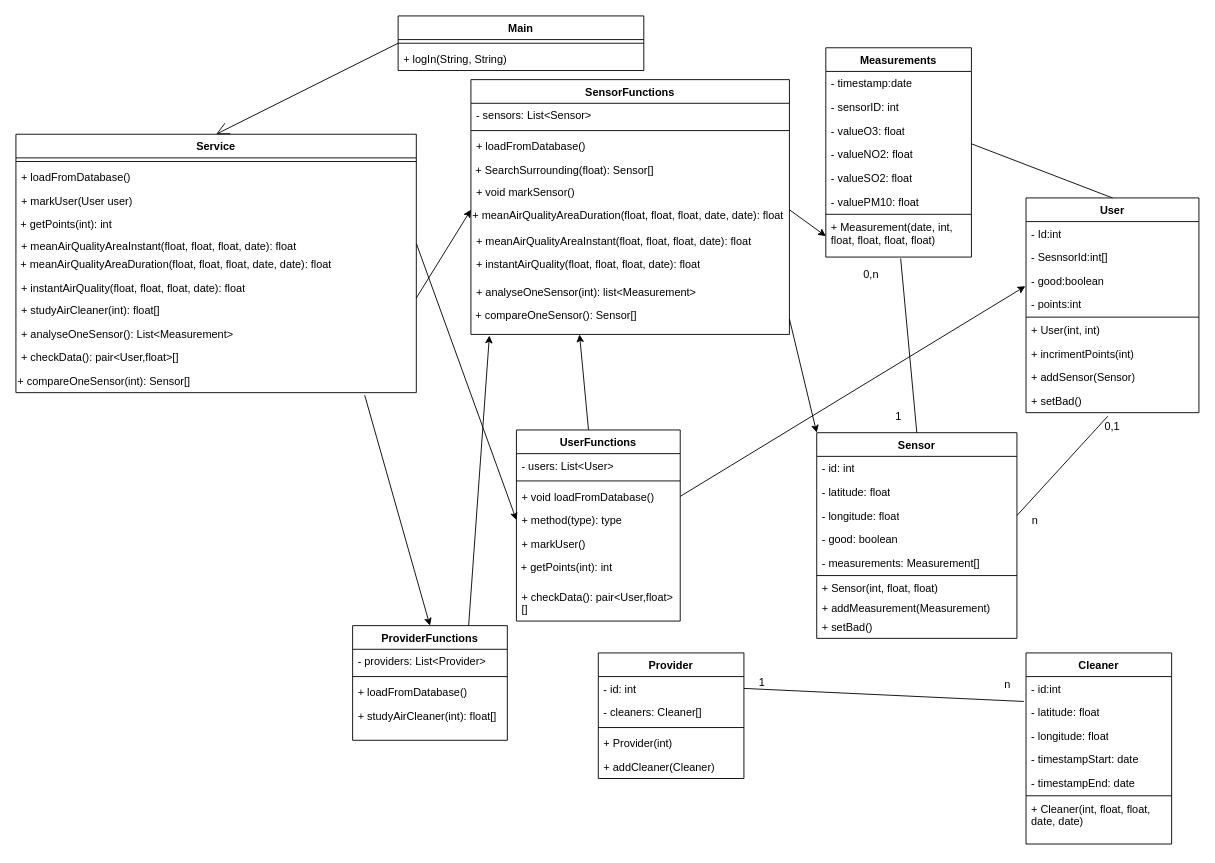
Above: Class Diagram.drawio in jimmywengzj/GL-TP (draw.io), before the change. Source tidied: cells renumbered, new cells numbered last; positions are measured from the earlier drawing's top-left corner, leaving out a move shared by most shapes. Both pictures are drawn from the tidied source at 91%, with x=0, y=0 at pixel (15, 15).
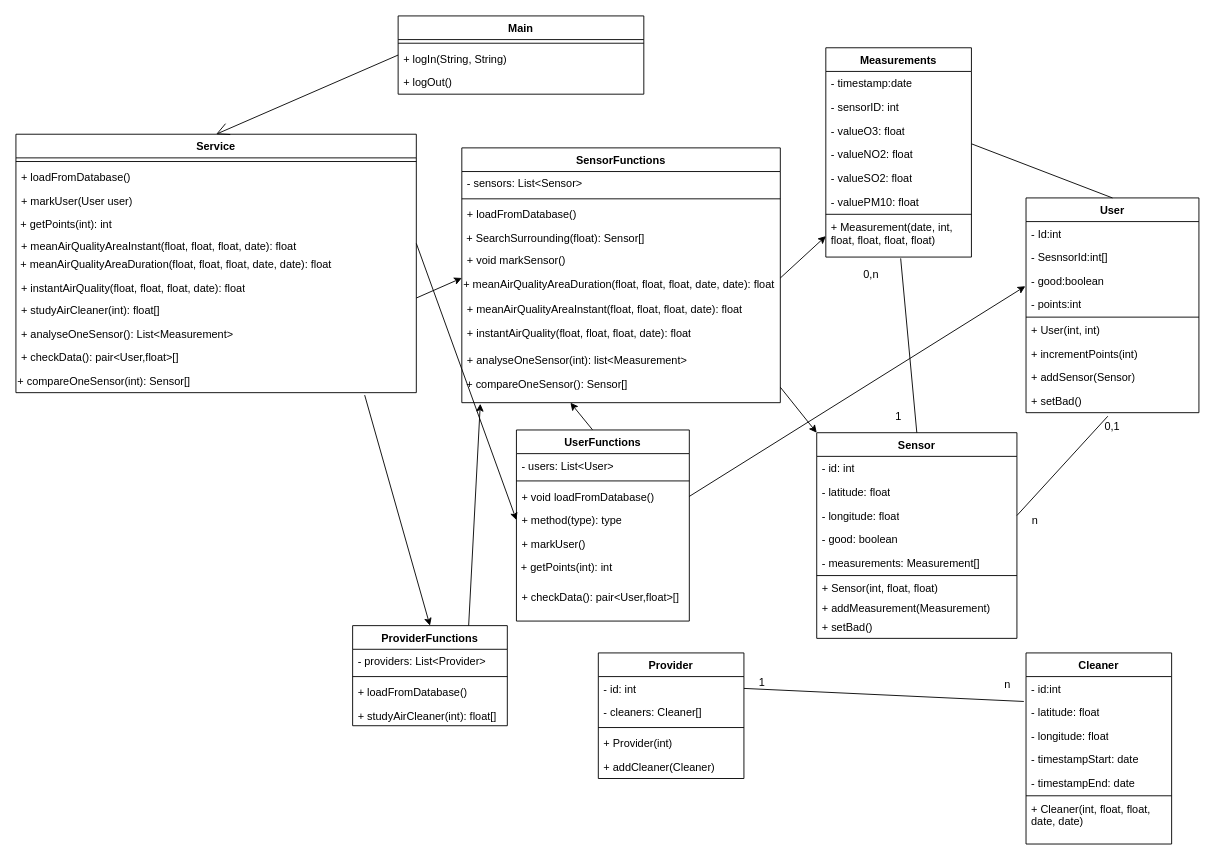
The same diagram, later.

Commit message:
Resolving differences between class diagrams versions

Unchanged cells that the change refers to:
```xml
<mxCell id="36" value="User" style="swimlane;fontStyle=1;align=center;verticalAlign=top;horizontal=1;startSize=26;whiteSpace=wrap;html=1;" parent="1" vertex="1">
  <mxGeometry x="1110" y="200" width="190" height="236" as="geometry" />
</mxCell>
```

Diff of the diagram source:
```diff
@@
     <mxCell id="2" value="Main" style="swimlane;fontStyle=1;align=center;verticalAlign=top;horizontal=1;startSize=26;whiteSpace=wrap;html=1;" parent="1" vertex="1">
-      <mxGeometry x="420" width="270" height="60" as="geometry" />
+      <mxGeometry x="420" width="270" height="86" as="geometry" />
     </mxCell>
@@
+    <mxCell id="103" value="+ logIn(String, String)" style="text;strokeColor=none;fillColor=none;align=left;verticalAlign=top;spacingLeft=4;spacingRight=4;overflow=hidden;whiteSpace=wrap;html=1;" parent="2" vertex="1">
+      <mxGeometry y="34" width="270" height="26" as="geometry" />
+    </mxCell>
-    <mxCell id="4" value="+ logIn(String, String)" style="text;strokeColor=none;fillColor=none;align=left;verticalAlign=top;spacingLeft=4;spacingRight=4;overflow=hidden;whiteSpace=wrap;html=1;" parent="2" vertex="1">
-      <mxGeometry y="34" width="270" height="26" as="geometry" />
+    <mxCell id="4" value="+ logOut()" style="text;strokeColor=none;fillColor=none;align=left;verticalAlign=top;spacingLeft=4;spacingRight=4;overflow=hidden;whiteSpace=wrap;html=1;" parent="2" vertex="1">
+      <mxGeometry y="60" width="270" height="26" as="geometry" />
     </mxCell>
@@
-    <mxCell id="43" value="+ incrimentPoints(int)" style="text;strokeColor=none;fillColor=none;align=left;verticalAlign=top;spacingLeft=4;spacingRight=4;overflow=hidden;whiteSpace=wrap;html=1;" parent="36" vertex="1">
+    <mxCell id="43" value="+ incrementPoints(int)" style="text;strokeColor=none;fillColor=none;align=left;verticalAlign=top;spacingLeft=4;spacingRight=4;overflow=hidden;whiteSpace=wrap;html=1;" parent="36" vertex="1">
       <mxGeometry y="158" width="190" height="26" as="geometry" />
     </mxCell>
@@
     <mxCell id="55" value="ProviderFunctions" style="swimlane;fontStyle=1;align=center;verticalAlign=top;horizontal=1;startSize=26;whiteSpace=wrap;html=1;" parent="1" vertex="1">
-      <mxGeometry x="370" y="670" width="170" height="126" as="geometry" />
+      <mxGeometry x="370" y="670" width="170" height="110" as="geometry" />
     </mxCell>
@@
     <mxCell id="59" value="+ studyAirCleaner(int): float[]" style="text;strokeColor=none;fillColor=none;align=left;verticalAlign=top;spacingLeft=4;spacingRight=4;overflow=hidden;whiteSpace=wrap;html=1;" parent="55" vertex="1">
-      <mxGeometry y="86" width="170" height="40" as="geometry" />
+      <mxGeometry y="86" width="170" height="24" as="geometry" />
     </mxCell>
     <mxCell id="60" value="SensorFunctions" style="swimlane;fontStyle=1;align=center;verticalAlign=top;horizontal=1;startSize=26;whiteSpace=wrap;html=1;" parent="1" vertex="1">
-      <mxGeometry x="500" y="70" width="350" height="280" as="geometry" />
+      <mxGeometry x="490" y="145" width="350" height="280" as="geometry" />
     </mxCell>
@@
     <mxCell id="71" value="UserFunctions" style="swimlane;fontStyle=1;align=center;verticalAlign=top;horizontal=1;startSize=26;whiteSpace=wrap;html=1;" parent="1" vertex="1">
-      <mxGeometry x="550" y="455" width="180" height="210" as="geometry" />
+      <mxGeometry x="550" y="455" width="190" height="210" as="geometry" />
     </mxCell>
     <mxCell id="72" value="- users: List&amp;lt;User&amp;gt;" style="text;strokeColor=none;fillColor=none;align=left;verticalAlign=top;spacingLeft=4;spacingRight=4;overflow=hidden;whiteSpace=wrap;html=1;" parent="71" vertex="1">
-      <mxGeometry y="26" width="180" height="26" as="geometry" />
+      <mxGeometry y="26" width="190" height="26" as="geometry" />
     </mxCell>
     <mxCell id="73" style="line;strokeWidth=1;fillColor=none;align=left;verticalAlign=middle;spacingTop=-1;spacingLeft=3;spacingRight=3;labelPosition=right;strokeColor=inherit;" parent="71" vertex="1">
-      <mxGeometry y="52" width="180" height="8" as="geometry" />
+      <mxGeometry y="52" width="190" height="8" as="geometry" />
     </mxCell>
     <mxCell id="74" value="&lt;div&gt;+ void loadFromDatabase()&lt;/div&gt;" style="text;strokeColor=none;fillColor=none;align=left;verticalAlign=top;spacingLeft=4;spacingRight=4;overflow=hidden;points=[[0,0.5],[1,0.5]];portConstraint=eastwest;whiteSpace=wrap;html=1;" parent="71" vertex="1">
-      <mxGeometry y="60" width="180" height="26" as="geometry" />
+      <mxGeometry y="60" width="190" height="26" as="geometry" />
     </mxCell>
     <mxCell id="75" value="+ method(type): type" style="text;strokeColor=none;fillColor=none;align=left;verticalAlign=top;spacingLeft=4;spacingRight=4;overflow=hidden;points=[[0,0.5],[1,0.5]];portConstraint=eastwest;whiteSpace=wrap;html=1;" parent="71" vertex="1">
-      <mxGeometry y="86" width="180" height="26" as="geometry" />
+      <mxGeometry y="86" width="190" height="26" as="geometry" />
     </mxCell>
     <mxCell id="76" value="&lt;div&gt;+ markUser()&lt;/div&gt;&lt;div&gt;&lt;br&gt;&lt;/div&gt;" style="text;strokeColor=none;fillColor=none;align=left;verticalAlign=top;spacingLeft=4;spacingRight=4;overflow=hidden;whiteSpace=wrap;html=1;" parent="71" vertex="1">
-      <mxGeometry y="112" width="180" height="26" as="geometry" />
+      <mxGeometry y="112" width="190" height="26" as="geometry" />
     </mxCell>
     <mxCell id="77" value="&amp;nbsp;+ getPoints(int): int" style="text;whiteSpace=wrap;html=1;" parent="71" vertex="1">
-      <mxGeometry y="138" width="180" height="32" as="geometry" />
+      <mxGeometry y="138" width="190" height="32" as="geometry" />
     </mxCell>
     <mxCell id="78" value="+ checkData():&amp;nbsp;pair&amp;lt;User,float&amp;gt;[]" style="text;strokeColor=none;fillColor=none;align=left;verticalAlign=top;spacingLeft=4;spacingRight=4;overflow=hidden;whiteSpace=wrap;html=1;" parent="71" vertex="1">
-      <mxGeometry y="170" width="180" height="40" as="geometry" />
+      <mxGeometry y="170" width="190" height="40" as="geometry" />
     </mxCell>
```
